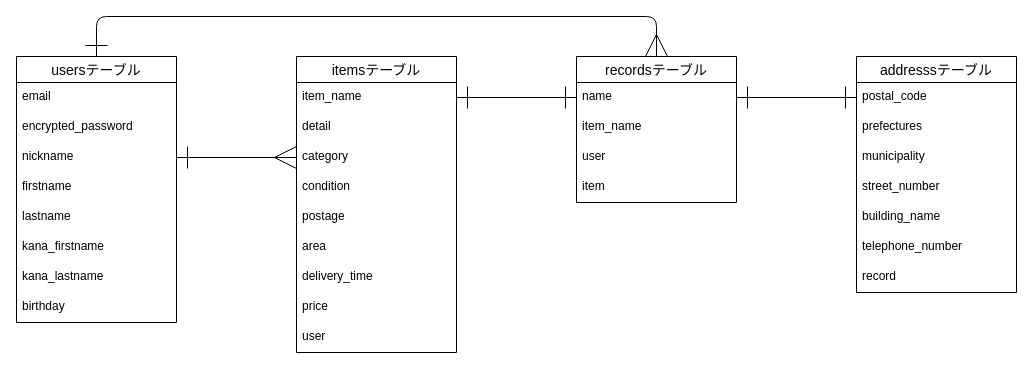
Earlier version of the draw.io diagram ER.dio (sewwolf/furima-36825). Source tidied: cells renumbered, new cells numbered last; positions are measured from the earlier drawing's top-left corner, leaving out a move shared by most shapes. Both pictures are drawn from the tidied source at 100%, with x=0, y=0 at pixel (16, 16).
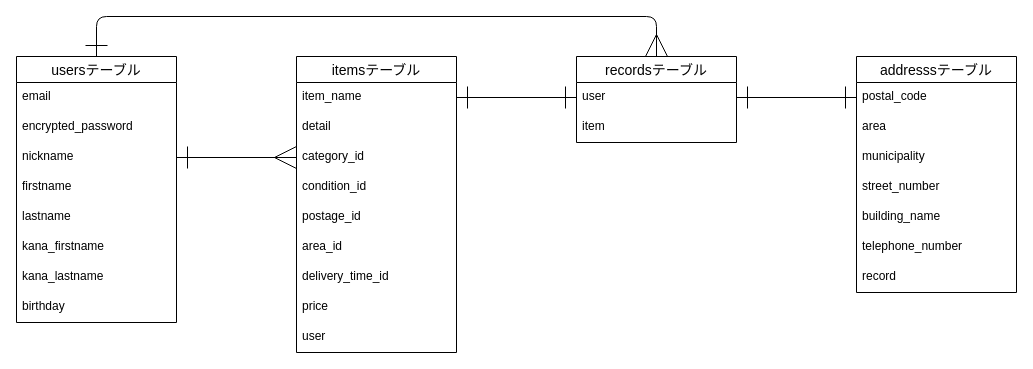
The same diagram, later.

Unchanged cells that the change refers to:
```xml
<mxCell id="12" value="itemsテーブル" style="swimlane;fontStyle=0;horizontal=1;startSize=26;align=center;fontSize=14;" parent="1" vertex="1">
  <mxGeometry x="280" y="40" width="160" height="296" as="geometry" />
</mxCell>
<mxCell id="27" value="addresssテーブル" style="swimlane;fontStyle=0;horizontal=1;startSize=26;align=center;fontSize=14;" parent="1" vertex="1">
  <mxGeometry x="840" y="40" width="160" height="236" as="geometry" />
</mxCell>
```

Diff of the diagram source:
```diff
@@
-    <mxCell id="15" value="category" style="text;strokeColor=none;fillColor=none;spacingLeft=4;spacingRight=4;overflow=hidden;points=[[0,0.5],[1,0.5]];portConstraint=eastwest;fontSize=12;" parent="12" vertex="1">
+    <mxCell id="15" value="category_id" style="text;strokeColor=none;fillColor=none;spacingLeft=4;spacingRight=4;overflow=hidden;points=[[0,0.5],[1,0.5]];portConstraint=eastwest;fontSize=12;" parent="12" vertex="1">
       <mxGeometry y="86" width="160" height="30" as="geometry" />
     </mxCell>
-    <mxCell id="16" value="condition" style="text;strokeColor=none;fillColor=none;spacingLeft=4;spacingRight=4;overflow=hidden;fontSize=12;" parent="12" vertex="1">
+    <mxCell id="16" value="condition_id" style="text;strokeColor=none;fillColor=none;spacingLeft=4;spacingRight=4;overflow=hidden;fontSize=12;" parent="12" vertex="1">
       <mxGeometry y="116" width="160" height="30" as="geometry" />
     </mxCell>
-    <mxCell id="17" value="postage" style="text;strokeColor=none;fillColor=none;spacingLeft=4;spacingRight=4;overflow=hidden;fontSize=12;" parent="12" vertex="1">
+    <mxCell id="17" value="postage_id" style="text;strokeColor=none;fillColor=none;spacingLeft=4;spacingRight=4;overflow=hidden;fontSize=12;" parent="12" vertex="1">
       <mxGeometry y="146" width="160" height="30" as="geometry" />
     </mxCell>
-    <mxCell id="18" value="area" style="text;strokeColor=none;fillColor=none;spacingLeft=4;spacingRight=4;overflow=hidden;fontSize=12;" parent="12" vertex="1">
+    <mxCell id="18" value="area_id" style="text;strokeColor=none;fillColor=none;spacingLeft=4;spacingRight=4;overflow=hidden;fontSize=12;" parent="12" vertex="1">
       <mxGeometry y="176" width="160" height="30" as="geometry" />
     </mxCell>
-    <mxCell id="19" value="delivery_time" style="text;strokeColor=none;fillColor=none;spacingLeft=4;spacingRight=4;overflow=hidden;fontSize=12;" parent="12" vertex="1">
+    <mxCell id="19" value="delivery_time_id" style="text;strokeColor=none;fillColor=none;spacingLeft=4;spacingRight=4;overflow=hidden;fontSize=12;" parent="12" vertex="1">
       <mxGeometry y="206" width="160" height="30" as="geometry" />
     </mxCell>
@@
     <mxCell id="22" value="recordsテーブル" style="swimlane;fontStyle=0;horizontal=1;startSize=26;align=center;fontSize=14;" parent="1" vertex="1">
-      <mxGeometry x="560" y="40" width="160" height="146" as="geometry" />
+      <mxGeometry x="560" y="40" width="160" height="86" as="geometry" />
     </mxCell>
-    <mxCell id="23" value="name" style="text;strokeColor=none;fillColor=none;spacingLeft=4;spacingRight=4;overflow=hidden;fontSize=12;" parent="22" vertex="1">
-      <mxGeometry y="26" width="160" height="30" as="geometry" />
-    </mxCell>
-    <mxCell id="24" value="item_name" style="text;strokeColor=none;fillColor=none;spacingLeft=4;spacingRight=4;overflow=hidden;fontSize=12;" parent="22" vertex="1">
-      <mxGeometry y="56" width="160" height="30" as="geometry" />
-    </mxCell>
     <mxCell id="25" value="user" style="text;strokeColor=none;fillColor=none;spacingLeft=4;spacingRight=4;overflow=hidden;fontSize=12;" parent="22" vertex="1">
-      <mxGeometry y="86" width="160" height="30" as="geometry" />
+      <mxGeometry y="26" width="160" height="30" as="geometry" />
     </mxCell>
     <mxCell id="26" value="item" style="text;strokeColor=none;fillColor=none;spacingLeft=4;spacingRight=4;overflow=hidden;fontSize=12;" parent="22" vertex="1">
-      <mxGeometry y="116" width="160" height="30" as="geometry" />
+      <mxGeometry y="56" width="160" height="30" as="geometry" />
     </mxCell>
@@
-    <mxCell id="29" value="prefectures" style="text;strokeColor=none;fillColor=none;spacingLeft=4;spacingRight=4;overflow=hidden;fontSize=12;" parent="27" vertex="1">
+    <mxCell id="29" value="area" style="text;strokeColor=none;fillColor=none;spacingLeft=4;spacingRight=4;overflow=hidden;fontSize=12;" parent="27" vertex="1">
       <mxGeometry y="56" width="160" height="30" as="geometry" />
     </mxCell>
```
